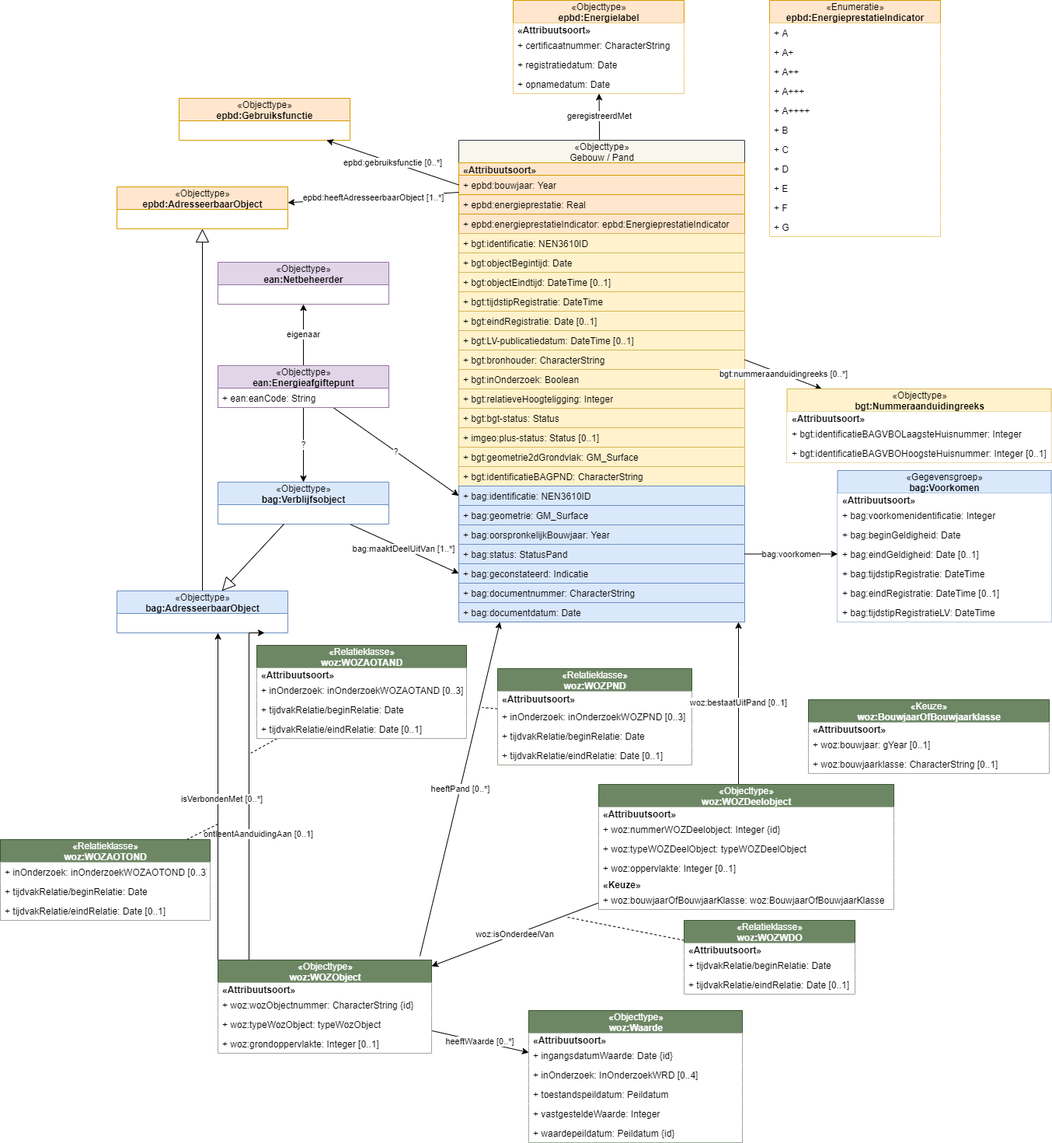
Earlier version of the draw.io export media/gebouw-gegevens.drawio.png (Geonovum/disgeo-demo-3a). Source tidied: cells renumbered, new cells last; positions are measured from the earlier drawing's top-left corner, leaving out a move shared by most shapes.
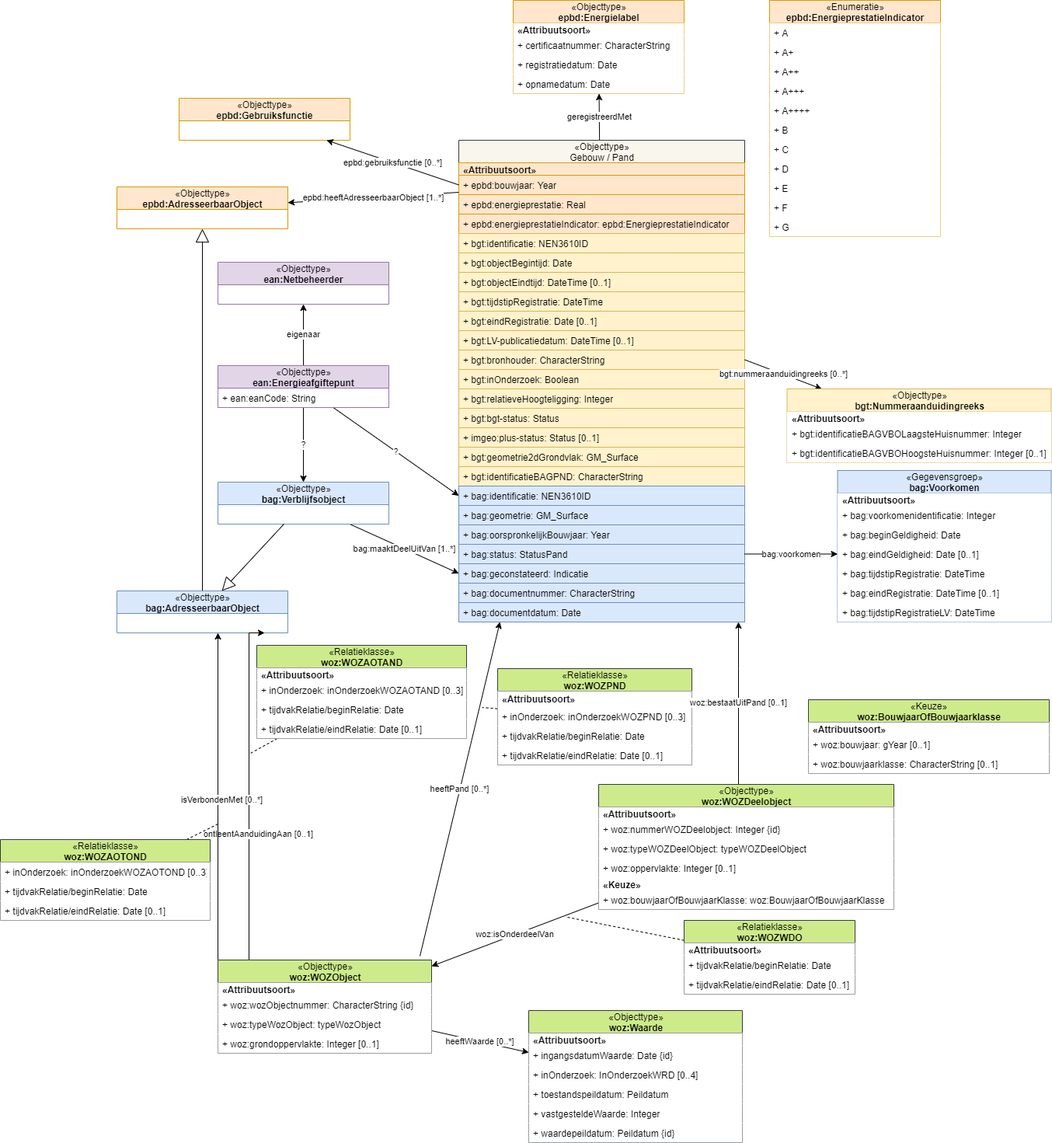
After the change.

Commit message:
init imsor gebouw model

Diff of the diagram source:
```diff
@@ -229,7 +229,7 @@
         </Array>
       </mxGeometry>
     </mxCell>
-    <mxCell id="73" value="&lt;span style=&quot;font-weight: 400&quot;&gt;«Objecttype»&lt;/span&gt;&lt;br style=&quot;font-weight: 400&quot;&gt;woz:WOZObject" style="swimlane;fontStyle=1;align=center;verticalAlign=middle;horizontal=1;startSize=29;html=1;fillColor=#6d8764;strokeColor=#3A5431;fontColor=#ffffff;" parent="1" vertex="1">
+    <mxCell id="73" value="&lt;span style=&quot;font-weight: 400&quot;&gt;«Objecttype»&lt;/span&gt;&lt;br style=&quot;font-weight: 400&quot;&gt;woz:WOZObject" style="swimlane;fontStyle=1;align=center;verticalAlign=middle;horizontal=1;startSize=29;html=1;fillColor=#cdeb8b;strokeColor=#36393d;" parent="1" vertex="1">
       <mxGeometry x="280" y="1235" width="275" height="120" as="geometry" />
     </mxCell>
     <mxCell id="74" value="&lt;span style=&quot;text-align: center&quot;&gt;&lt;b&gt;«Attribuutsoort»&lt;/b&gt;&lt;/span&gt;" style="text;html=1;align=left;verticalAlign=middle;spacingLeft=4;spacingRight=4;overflow=hidden;fillColor=#ffffff;" parent="73" vertex="1">
@@ -249,7 +249,7 @@
         <mxPoint x="620" y="910" as="targetPoint" />
       </mxGeometry>
     </mxCell>
-    <mxCell id="79" value="&lt;span style=&quot;font-weight: 400&quot;&gt;«Relatieklasse»&lt;/span&gt;&lt;br style=&quot;font-weight: 400&quot;&gt;woz:WOZPND" style="swimlane;fontStyle=1;align=center;verticalAlign=middle;horizontal=1;startSize=29;html=1;fillColor=#6d8764;strokeColor=#3A5431;fontColor=#ffffff;" parent="1" vertex="1">
+    <mxCell id="79" value="&lt;span style=&quot;font-weight: 400&quot;&gt;«Relatieklasse»&lt;/span&gt;&lt;br style=&quot;font-weight: 400&quot;&gt;woz:WOZPND" style="swimlane;fontStyle=1;align=center;verticalAlign=middle;horizontal=1;startSize=29;html=1;fillColor=#cdeb8b;strokeColor=#36393d;" parent="1" vertex="1">
       <mxGeometry x="640" y="860" width="250" height="124" as="geometry" />
     </mxCell>
     <mxCell id="80" value="&lt;span style=&quot;text-align: center&quot;&gt;&lt;b&gt;«Attribuutsoort»&lt;/b&gt;&lt;/span&gt;" style="text;html=1;align=left;verticalAlign=middle;spacingLeft=4;spacingRight=4;overflow=hidden;fillColor=#ffffff;" parent="79" vertex="1">
@@ -264,7 +264,7 @@
     <mxCell id="83" value="+ tijdvakRelatie/eindRelatie: Date [0..1]" style="text;html=1;align=left;verticalAlign=middle;spacingLeft=4;spacingRight=4;overflow=hidden;fillColor=#ffffff;" parent="79" vertex="1">
       <mxGeometry y="99" width="250" height="25" as="geometry" />
     </mxCell>
-    <mxCell id="84" value="&lt;span style=&quot;font-weight: 400&quot;&gt;«Objecttype»&lt;/span&gt;&lt;br style=&quot;font-weight: 400&quot;&gt;woz:Waarde" style="swimlane;fontStyle=1;align=center;verticalAlign=middle;horizontal=1;startSize=29;html=1;fillColor=#6d8764;strokeColor=#3A5431;fontColor=#ffffff;" parent="1" vertex="1">
+    <mxCell id="84" value="&lt;span style=&quot;font-weight: 400&quot;&gt;«Objecttype»&lt;/span&gt;&lt;br style=&quot;font-weight: 400&quot;&gt;woz:Waarde" style="swimlane;fontStyle=1;align=center;verticalAlign=middle;horizontal=1;startSize=29;html=1;fillColor=#cdeb8b;strokeColor=#36393d;" parent="1" vertex="1">
       <mxGeometry x="680" y="1300" width="275" height="170" as="geometry" />
     </mxCell>
     <mxCell id="85" value="&lt;span style=&quot;text-align: center&quot;&gt;&lt;b&gt;«Attribuutsoort»&lt;/b&gt;&lt;/span&gt;" style="text;html=1;align=left;verticalAlign=middle;spacingLeft=4;spacingRight=4;overflow=hidden;fillColor=#ffffff;" parent="84" vertex="1">
@@ -296,7 +296,7 @@
     <mxCell id="92" value="woz:isOnderdeelVan" style="edgeStyle=none;rounded=0;jettySize=auto;html=1;endArrow=classic;endFill=1;" parent="1" edge="1" source="93" target="73">
       <mxGeometry relative="1" as="geometry" />
     </mxCell>
-    <mxCell id="93" value="&lt;span style=&quot;font-weight: 400&quot;&gt;«Objecttype»&lt;/span&gt;&lt;br style=&quot;font-weight: 400&quot;&gt;woz:WOZDeelobject" style="swimlane;fontStyle=1;align=center;verticalAlign=middle;horizontal=1;startSize=29;html=1;fillColor=#6d8764;strokeColor=#3A5431;fontColor=#ffffff;" parent="1" vertex="1">
+    <mxCell id="93" value="&lt;span style=&quot;font-weight: 400&quot;&gt;«Objecttype»&lt;/span&gt;&lt;br style=&quot;font-weight: 400&quot;&gt;woz:WOZDeelobject" style="swimlane;fontStyle=1;align=center;verticalAlign=middle;horizontal=1;startSize=29;html=1;fillColor=#cdeb8b;strokeColor=#36393d;" parent="1" vertex="1">
       <mxGeometry x="770" y="1009" width="380" height="161" as="geometry" />
     </mxCell>
     <mxCell id="94" value="&lt;span style=&quot;text-align: center&quot;&gt;&lt;b&gt;«Attribuutsoort»&lt;/b&gt;&lt;/span&gt;" style="text;html=1;align=left;verticalAlign=middle;spacingLeft=4;spacingRight=4;overflow=hidden;fillColor=#ffffff;" parent="93" vertex="1">
@@ -317,7 +317,7 @@
     <mxCell id="99" value="+ woz:bouwjaarOfBouwjaarKlasse: woz:BouwjaarOfBouwjaarKlasse" style="text;html=1;align=left;verticalAlign=middle;spacingLeft=4;spacingRight=4;overflow=hidden;fillColor=#ffffff;" parent="93" vertex="1">
       <mxGeometry y="136" width="380" height="25" as="geometry" />
     </mxCell>
-    <mxCell id="100" value="&lt;span style=&quot;font-weight: 400&quot;&gt;«Keuze»&lt;/span&gt;&lt;br style=&quot;font-weight: 400&quot;&gt;woz:BouwjaarOfBouwjaarklasse" style="swimlane;fontStyle=1;align=center;verticalAlign=middle;horizontal=1;startSize=29;html=1;fillColor=#6d8764;strokeColor=#3A5431;fontColor=#ffffff;" parent="1" vertex="1">
+    <mxCell id="100" value="&lt;span style=&quot;font-weight: 400&quot;&gt;«Keuze»&lt;/span&gt;&lt;br style=&quot;font-weight: 400&quot;&gt;woz:BouwjaarOfBouwjaarklasse" style="swimlane;fontStyle=1;align=center;verticalAlign=middle;horizontal=1;startSize=29;html=1;fillColor=#cdeb8b;strokeColor=#36393d;" parent="1" vertex="1">
       <mxGeometry x="1040" y="900" width="310" height="95" as="geometry" />
     </mxCell>
     <mxCell id="101" value="&lt;span style=&quot;text-align: center&quot;&gt;&lt;b&gt;«Attribuutsoort»&lt;/b&gt;&lt;/span&gt;" style="text;html=1;align=left;verticalAlign=middle;spacingLeft=4;spacingRight=4;overflow=hidden;fillColor=#ffffff;" parent="100" vertex="1">
@@ -334,7 +334,7 @@
         <mxPoint x="730" y="1180" as="targetPoint" />
       </mxGeometry>
     </mxCell>
-    <mxCell id="105" value="&lt;span style=&quot;font-weight: 400&quot;&gt;«Relatieklasse»&lt;/span&gt;&lt;br style=&quot;font-weight: 400&quot;&gt;woz:WOZWDO" style="swimlane;fontStyle=1;align=center;verticalAlign=middle;horizontal=1;startSize=29;html=1;fillColor=#6d8764;strokeColor=#3A5431;fontColor=#ffffff;" parent="1" vertex="1">
+    <mxCell id="105" value="&lt;span style=&quot;font-weight: 400&quot;&gt;«Relatieklasse»&lt;/span&gt;&lt;br style=&quot;font-weight: 400&quot;&gt;woz:WOZWDO" style="swimlane;fontStyle=1;align=center;verticalAlign=middle;horizontal=1;startSize=29;html=1;fillColor=#cdeb8b;strokeColor=#36393d;" parent="1" vertex="1">
       <mxGeometry x="880" y="1184" width="220" height="95" as="geometry" />
     </mxCell>
     <mxCell id="106" value="&lt;span style=&quot;text-align: center&quot;&gt;&lt;b&gt;«Attribuutsoort»&lt;/b&gt;&lt;/span&gt;" style="text;html=1;align=left;verticalAlign=middle;spacingLeft=4;spacingRight=4;overflow=hidden;fillColor=#ffffff;" parent="105" vertex="1">
@@ -351,7 +351,7 @@
         <mxPoint x="320" y="970" as="targetPoint" />
       </mxGeometry>
     </mxCell>
-    <mxCell id="110" value="&lt;span style=&quot;font-weight: 400&quot;&gt;«Relatieklasse»&lt;/span&gt;&lt;br style=&quot;font-weight: 400&quot;&gt;woz:WOZAOTAND" style="swimlane;fontStyle=1;align=center;verticalAlign=middle;horizontal=1;startSize=29;html=1;fillColor=#6d8764;strokeColor=#3A5431;fontColor=#ffffff;" parent="1" vertex="1">
+    <mxCell id="110" value="&lt;span style=&quot;font-weight: 400&quot;&gt;«Relatieklasse»&lt;/span&gt;&lt;br style=&quot;font-weight: 400&quot;&gt;woz:WOZAOTAND" style="swimlane;fontStyle=1;align=center;verticalAlign=middle;horizontal=1;startSize=29;html=1;fillColor=#cdeb8b;strokeColor=#36393d;" parent="1" vertex="1">
       <mxGeometry x="330" y="830" width="270" height="120" as="geometry" />
     </mxCell>
     <mxCell id="111" value="&lt;span style=&quot;text-align: center&quot;&gt;&lt;b&gt;«Attribuutsoort»&lt;/b&gt;&lt;/span&gt;" style="text;html=1;align=left;verticalAlign=middle;spacingLeft=4;spacingRight=4;overflow=hidden;fillColor=#ffffff;" parent="110" vertex="1">
@@ -371,7 +371,7 @@
         <mxPoint x="280" y="1060" as="targetPoint" />
       </mxGeometry>
     </mxCell>
-    <mxCell id="116" value="&lt;span style=&quot;font-weight: 400&quot;&gt;«Relatieklasse»&lt;/span&gt;&lt;br style=&quot;font-weight: 400&quot;&gt;woz:WOZAOTOND" style="swimlane;fontStyle=1;align=center;verticalAlign=middle;horizontal=1;startSize=29;html=1;fillColor=#6d8764;strokeColor=#3A5431;fontColor=#ffffff;" parent="1" vertex="1">
+    <mxCell id="116" value="&lt;span style=&quot;font-weight: 400&quot;&gt;«Relatieklasse»&lt;/span&gt;&lt;br style=&quot;font-weight: 400&quot;&gt;woz:WOZAOTOND" style="swimlane;fontStyle=1;align=center;verticalAlign=middle;horizontal=1;startSize=29;html=1;fillColor=#cdeb8b;strokeColor=#36393d;" parent="1" vertex="1">
       <mxGeometry y="1080" width="270" height="104" as="geometry" />
     </mxCell>
     <mxCell id="117" value="+ inOnderzoek: inOnderzoekWOZAOTOND [0..3]" style="text;html=1;align=left;verticalAlign=middle;spacingLeft=4;spacingRight=4;overflow=hidden;fillColor=#ffffff;" parent="116" vertex="1">
```
